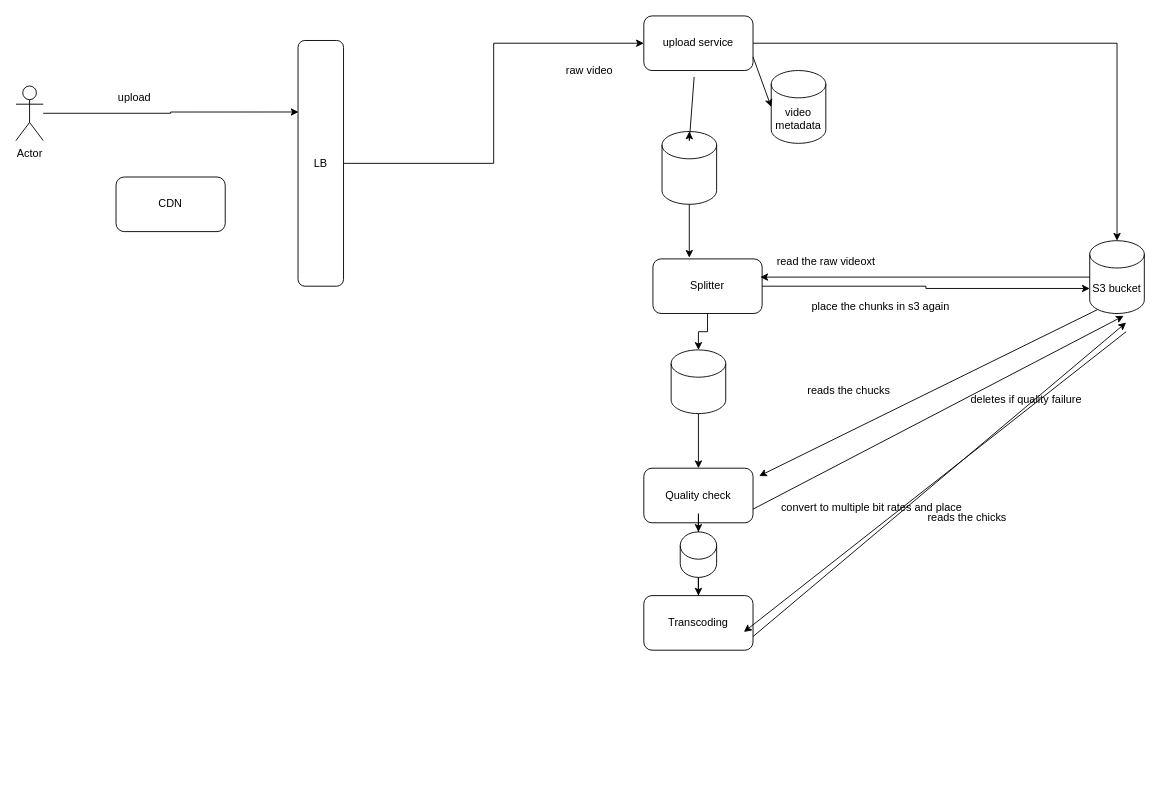
The draw.io diagram Youtube.drawio in vemarajusaikrishna/hld, before the edit. Source tidied: cells renumbered, new cells numbered last; positions are measured from the earlier drawing's top-left corner, leaving out a move shared by most shapes. Both pictures are drawn from the tidied source at 91%, with x=0, y=0 at pixel (15, 15).
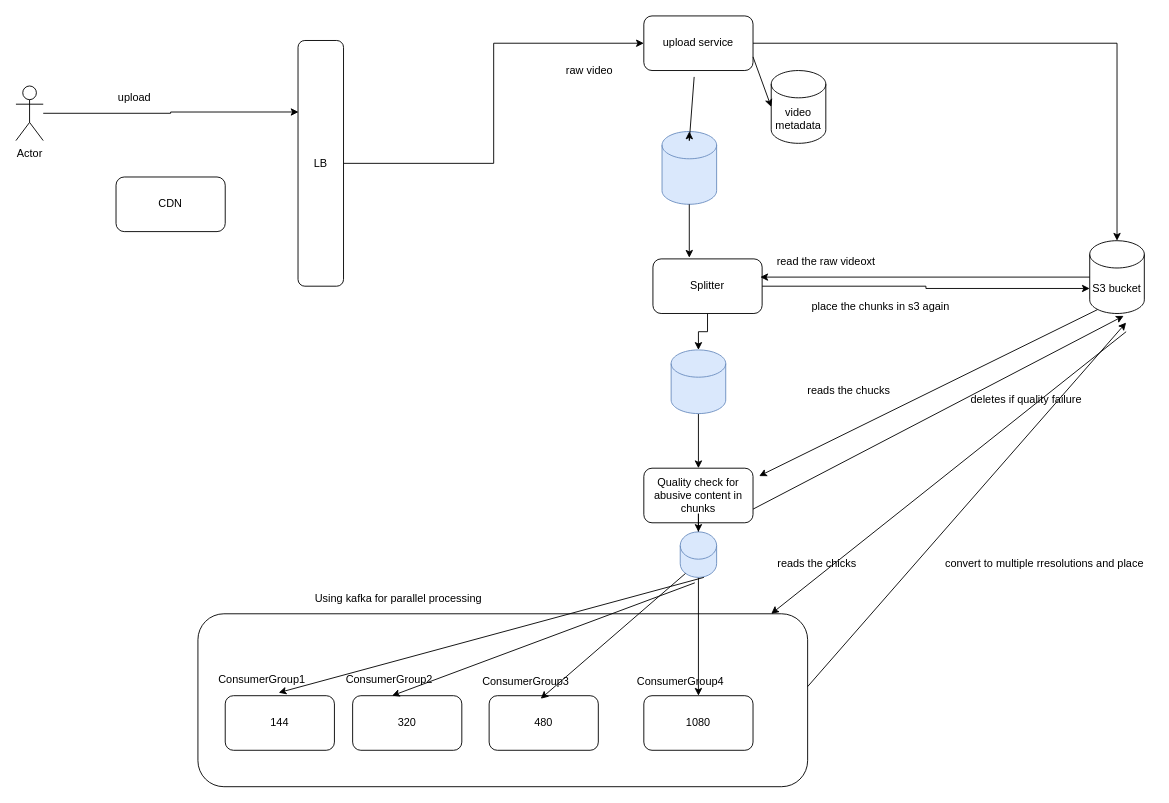
After the change.

Change to the diagram source:
```diff
@@
+    <mxCell id="38" style="rounded=1;whiteSpace=wrap;html=1;" parent="1" vertex="1">
+      <mxGeometry x="200" y="657" width="670" height="190" as="geometry" />
+    </mxCell>
@@
-    <mxCell id="16" style="shape=cylinder3;whiteSpace=wrap;html=1;boundedLbl=1;backgroundOutline=1;size=15;" parent="1" vertex="1">
+    <mxCell id="16" style="shape=cylinder3;whiteSpace=wrap;html=1;boundedLbl=1;backgroundOutline=1;size=15;fillColor=#dae8fc;strokeColor=#6c8ebf;" parent="1" vertex="1">
       <mxGeometry x="710" y="127" width="60" height="80" as="geometry" />
     </mxCell>
@@
-    <mxCell id="24" style="shape=cylinder3;whiteSpace=wrap;html=1;boundedLbl=1;backgroundOutline=1;size=15;" parent="1" vertex="1">
+    <mxCell id="24" style="shape=cylinder3;whiteSpace=wrap;html=1;boundedLbl=1;backgroundOutline=1;size=15;fillColor=#dae8fc;strokeColor=#6c8ebf;" parent="1" vertex="1">
       <mxGeometry x="720" y="367" width="60" height="70" as="geometry" />
     </mxCell>
@@
-    <mxCell id="26" value="Quality check" style="rounded=1;whiteSpace=wrap;html=1;" parent="1" vertex="1">
+    <mxCell id="26" value="Quality check for abusive content in chunks" style="rounded=1;whiteSpace=wrap;html=1;" parent="1" vertex="1">
       <mxGeometry x="690" y="497" width="120" height="60" as="geometry" />
     </mxCell>
@@
-    <mxCell id="30" value="Transcoding" style="rounded=1;whiteSpace=wrap;html=1;" parent="1" vertex="1">
-      <mxGeometry x="690" y="637" width="120" height="60" as="geometry" />
+    <mxCell id="30" value="1080" style="rounded=1;whiteSpace=wrap;html=1;" parent="1" vertex="1">
+      <mxGeometry x="690" y="747" width="120" height="60" as="geometry" />
     </mxCell>
@@
-    <mxCell id="32" style="endArrow=classic;html=1;rounded=0;exitX=1;exitY=0.75;exitDx=0;exitDy=0;" parent="1" edge="1" source="30">
+    <mxCell id="32" style="endArrow=classic;html=1;rounded=0;" parent="1" edge="1">
       <mxGeometry relative="1" as="geometry">
+        <mxPoint x="870" y="737" as="sourcePoint" />
         <mxPoint x="1220" y="337" as="targetPoint" />
       </mxGeometry>
     </mxCell>
     <mxCell id="33" value="reads the chicks" style="text;html=1;align=center;verticalAlign=middle;strokeColor=none;fillColor=none;" parent="1" vertex="1">
-      <mxGeometry x="990" y="537" width="110" height="30" as="geometry" />
+      <mxGeometry x="825" y="587" width="110" height="30" as="geometry" />
     </mxCell>
     <mxCell id="34" style="endArrow=classic;html=1;rounded=0;" parent="1" edge="1">
       <mxGeometry relative="1" as="geometry">
         <mxPoint x="1220" y="347" as="sourcePoint" />
-        <mxPoint x="800" y="677" as="targetPoint" />
+        <mxPoint x="830" y="657" as="targetPoint" />
       </mxGeometry>
     </mxCell>
-    <mxCell id="35" value="convert to multiple bit rates and place" style="text;html=1;align=center;verticalAlign=middle;strokeColor=none;fillColor=none;" parent="1" vertex="1">
-      <mxGeometry x="830" y="525" width="220" height="30" as="geometry" />
+    <mxCell id="35" value="convert to multiple rresolutions and place" style="text;html=1;align=center;verticalAlign=middle;strokeColor=none;fillColor=none;" parent="1" vertex="1">
+      <mxGeometry x="1010" y="587" width="240" height="30" as="geometry" />
     </mxCell>
@@
-    <mxCell id="37" style="shape=cylinder3;whiteSpace=wrap;html=1;boundedLbl=1;backgroundOutline=1;size=15;" parent="1" vertex="1">
+    <mxCell id="37" style="shape=cylinder3;whiteSpace=wrap;html=1;boundedLbl=1;backgroundOutline=1;size=15;fillColor=#dae8fc;strokeColor=#6c8ebf;" parent="1" vertex="1">
       <mxGeometry x="730" y="567" width="40" height="50" as="geometry" />
     </mxCell>
+    <mxCell id="39" value="480" style="rounded=1;whiteSpace=wrap;html=1;" parent="1" vertex="1">
+      <mxGeometry x="520" y="747" width="120" height="60" as="geometry" />
+    </mxCell>
+    <mxCell id="40" value="320" style="rounded=1;whiteSpace=wrap;html=1;" parent="1" vertex="1">
+      <mxGeometry x="370" y="747" width="120" height="60" as="geometry" />
+    </mxCell>
+    <mxCell id="41" value="144" style="rounded=1;whiteSpace=wrap;html=1;" parent="1" vertex="1">
+      <mxGeometry x="230" y="747" width="120" height="60" as="geometry" />
+    </mxCell>
+    <mxCell id="42" value="ConsumerGroup1" style="text;html=1;align=center;verticalAlign=middle;points=[];strokeColor=none;fillColor=none;" parent="1" vertex="1">
+      <mxGeometry x="210" y="715" width="120" height="30" as="geometry" />
+    </mxCell>
+    <mxCell id="43" value="ConsumerGroup2" style="text;html=1;align=center;verticalAlign=middle;points=[];strokeColor=none;fillColor=none;" parent="1" vertex="1">
+      <mxGeometry x="350" y="715" width="120" height="30" as="geometry" />
+    </mxCell>
+    <mxCell id="44" value="ConsumerGroup3" style="text;html=1;align=center;verticalAlign=middle;points=[];strokeColor=none;fillColor=none;" parent="1" vertex="1">
+      <mxGeometry x="500" y="717" width="120" height="30" as="geometry" />
+    </mxCell>
+    <mxCell id="45" value="ConsumerGroup4" style="text;html=1;align=center;verticalAlign=middle;strokeColor=none;fillColor=none;" parent="1" vertex="1">
+      <mxGeometry x="670" y="717" width="120" height="30" as="geometry" />
+    </mxCell>
+    <mxCell id="46" style="endArrow=classic;html=1;rounded=0;exitX=0.145;exitY=1;exitDx=0;exitDy=-4.35;exitPerimeter=0;entryX=0.639;entryY=1.111;entryDx=0;entryDy=0;entryPerimeter=0;" parent="1" edge="1" source="37" target="44">
+      <mxGeometry relative="1" as="geometry" />
+    </mxCell>
+    <mxCell id="47" style="endArrow=classic;html=1;rounded=0;exitX=0.145;exitY=1;exitDx=0;exitDy=-4.35;exitPerimeter=0;entryX=0.528;entryY=1.067;entryDx=0;entryDy=0;entryPerimeter=0;" parent="1" edge="1" target="43">
+      <mxGeometry relative="1" as="geometry">
+        <mxPoint x="746" y="623" as="sourcePoint" />
+      </mxGeometry>
+    </mxCell>
+    <mxCell id="48" style="endArrow=classic;html=1;rounded=0;entryX=0.656;entryY=0.956;entryDx=0;entryDy=0;entryPerimeter=0;" parent="1" edge="1" target="42">
+      <mxGeometry relative="1" as="geometry">
+        <mxPoint x="756" y="617" as="sourcePoint" />
+      </mxGeometry>
+    </mxCell>
+    <mxCell id="49" value="Using kafka for parallel processing" style="text;html=1;align=center;verticalAlign=middle;strokeColor=none;fillColor=none;" parent="1" vertex="1">
+      <mxGeometry x="315" y="625" width="210" height="30" as="geometry" />
+    </mxCell>
```
